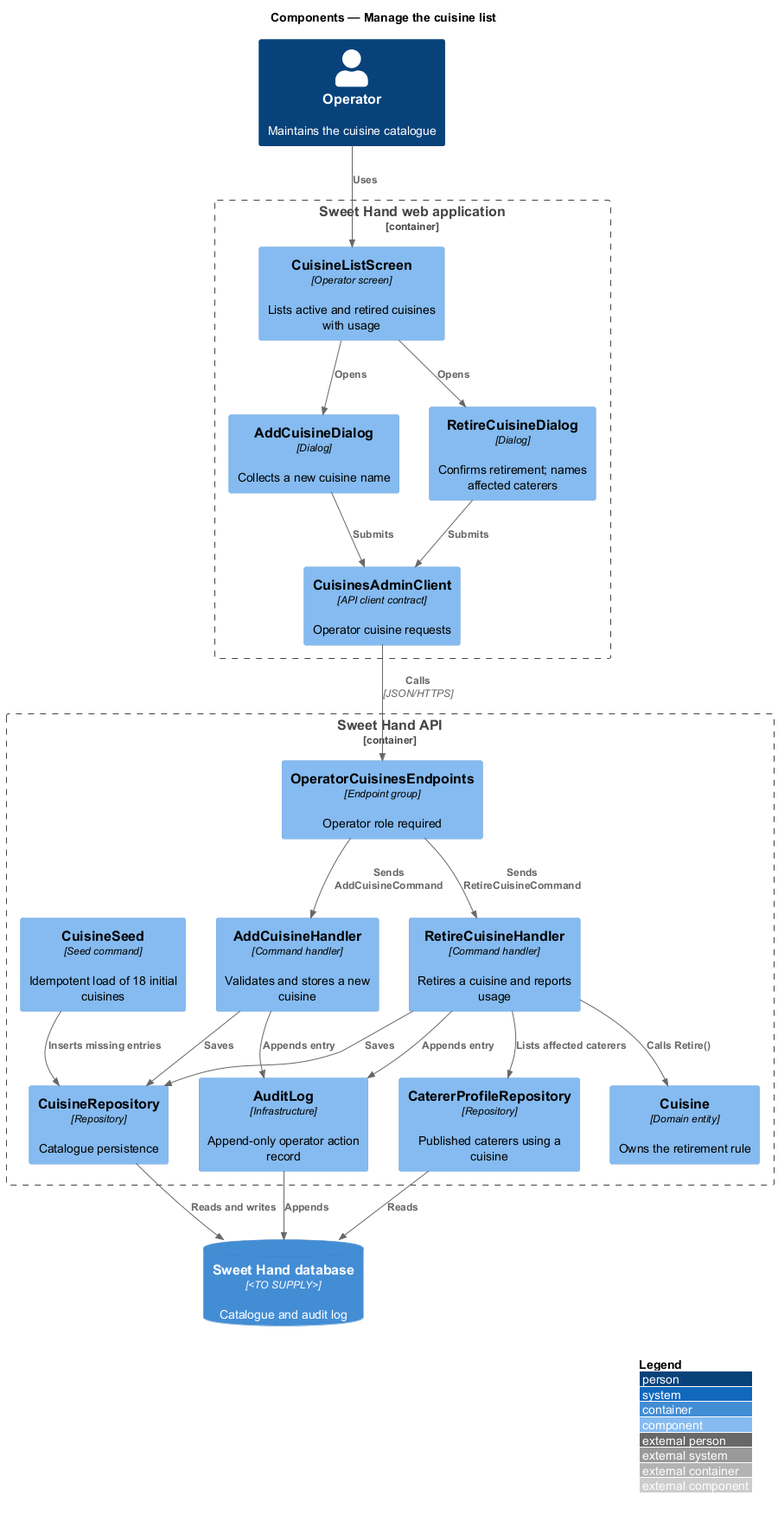
Before: docs/detailed-designs/discovery/manage-cuisine-list/diagrams/c4-component.png, a diagram exported from PlantUML (QuinntyneBrown/sweet-hand). Its diagram source:
```plantuml
@startuml
!include <C4/C4_Component>
LAYOUT_WITH_LEGEND()
title Components — Manage the cuisine list

Person(operator, "Operator", "Maintains the cuisine catalogue")
Container_Boundary(web, "Sweet Hand web application") {
  Component(screen, "CuisineListScreen", "Operator screen", "Lists active and retired cuisines with usage")
  Component(addDlg, "AddCuisineDialog", "Dialog", "Collects a new cuisine name")
  Component(retireDlg, "RetireCuisineDialog", "Dialog", "Confirms retirement; names affected caterers")
  Component(client, "CuisinesAdminClient", "API client contract", "Operator cuisine requests")
}
Container_Boundary(api, "Sweet Hand API") {
  Component(endpoints, "OperatorCuisinesEndpoints", "Endpoint group", "Operator role required")
  Component(addH, "AddCuisineHandler", "Command handler", "Validates and stores a new cuisine")
  Component(retireH, "RetireCuisineHandler", "Command handler", "Retires a cuisine and reports usage")
  Component(cuisine, "Cuisine", "Domain entity", "Owns the retirement rule")
  Component(seed, "CuisineSeed", "Seed command", "Idempotent load of 18 initial cuisines")
  Component(repo, "CuisineRepository", "Repository", "Catalogue persistence")
  Component(profiles, "CatererProfileRepository", "Repository", "Published caterers using a cuisine")
  Component(audit, "AuditLog", "Infrastructure", "Append-only operator action record")
}
ContainerDb(db, "Sweet Hand database", "<TO SUPPLY>", "Catalogue and audit log")

Rel(operator, screen, "Uses")
Rel(screen, addDlg, "Opens")
Rel(screen, retireDlg, "Opens")
Rel(addDlg, client, "Submits")
Rel(retireDlg, client, "Submits")
Rel(client, endpoints, "Calls", "JSON/HTTPS")
Rel(endpoints, addH, "Sends AddCuisineCommand")
Rel(endpoints, retireH, "Sends RetireCuisineCommand")
Rel(addH, repo, "Saves")
Rel(retireH, cuisine, "Calls Retire()")
Rel(retireH, repo, "Saves")
Rel(retireH, profiles, "Lists affected caterers")
Rel(addH, audit, "Appends entry")
Rel(retireH, audit, "Appends entry")
Rel(seed, repo, "Inserts missing entries")
Rel(repo, db, "Reads and writes")
Rel(profiles, db, "Reads")
Rel(audit, db, "Appends")
@enduml
```
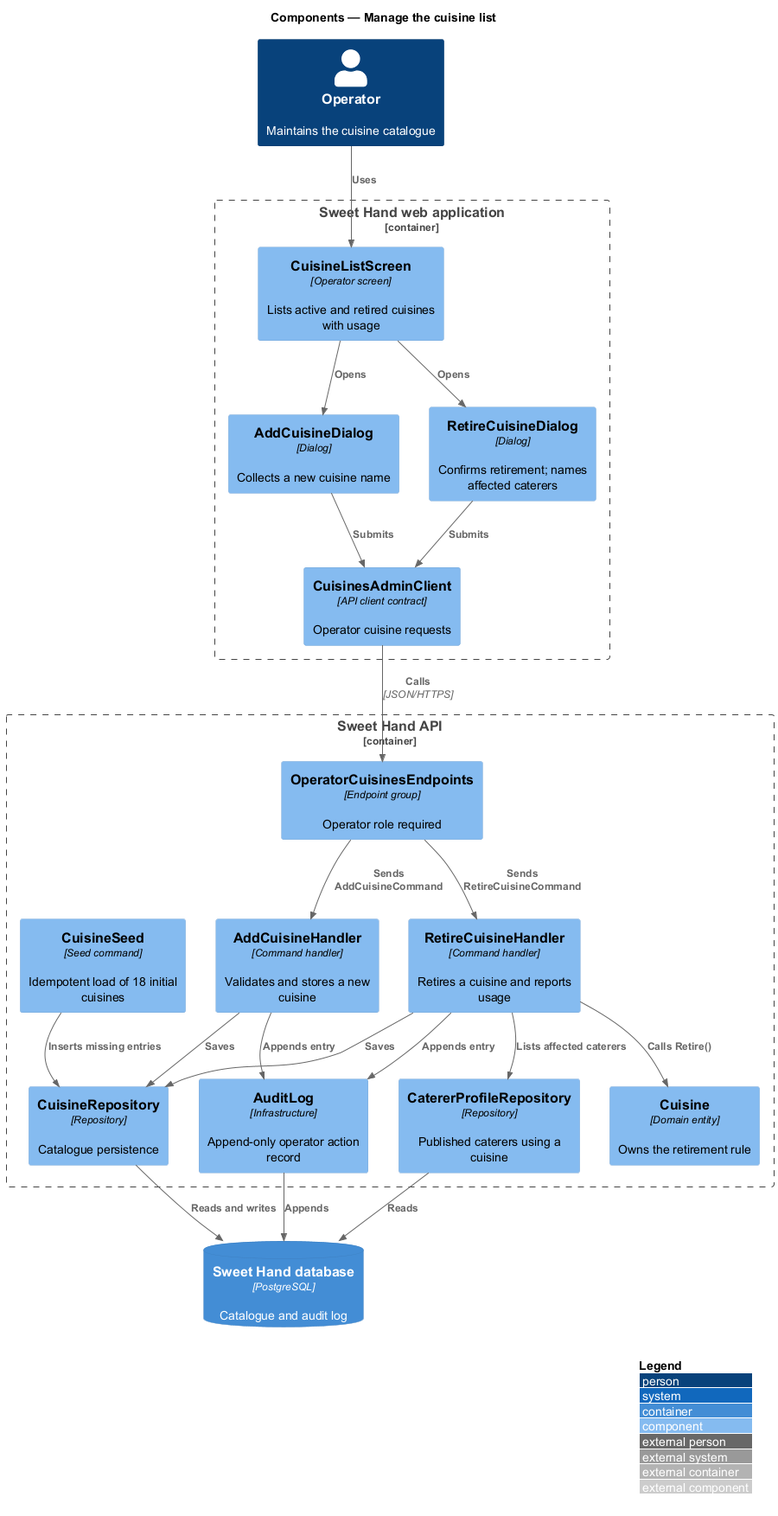
Later version of the same file.

The edit, as a diff of the source:
```diff
@@ -20,7 +20,7 @@
   Component(profiles, "CatererProfileRepository", "Repository", "Published caterers using a cuisine")
   Component(audit, "AuditLog", "Infrastructure", "Append-only operator action record")
 }
-ContainerDb(db, "Sweet Hand database", "<TO SUPPLY>", "Catalogue and audit log")
+ContainerDb(db, "Sweet Hand database", "PostgreSQL", "Catalogue and audit log")
 
 Rel(operator, screen, "Uses")
 Rel(screen, addDlg, "Opens")
```
